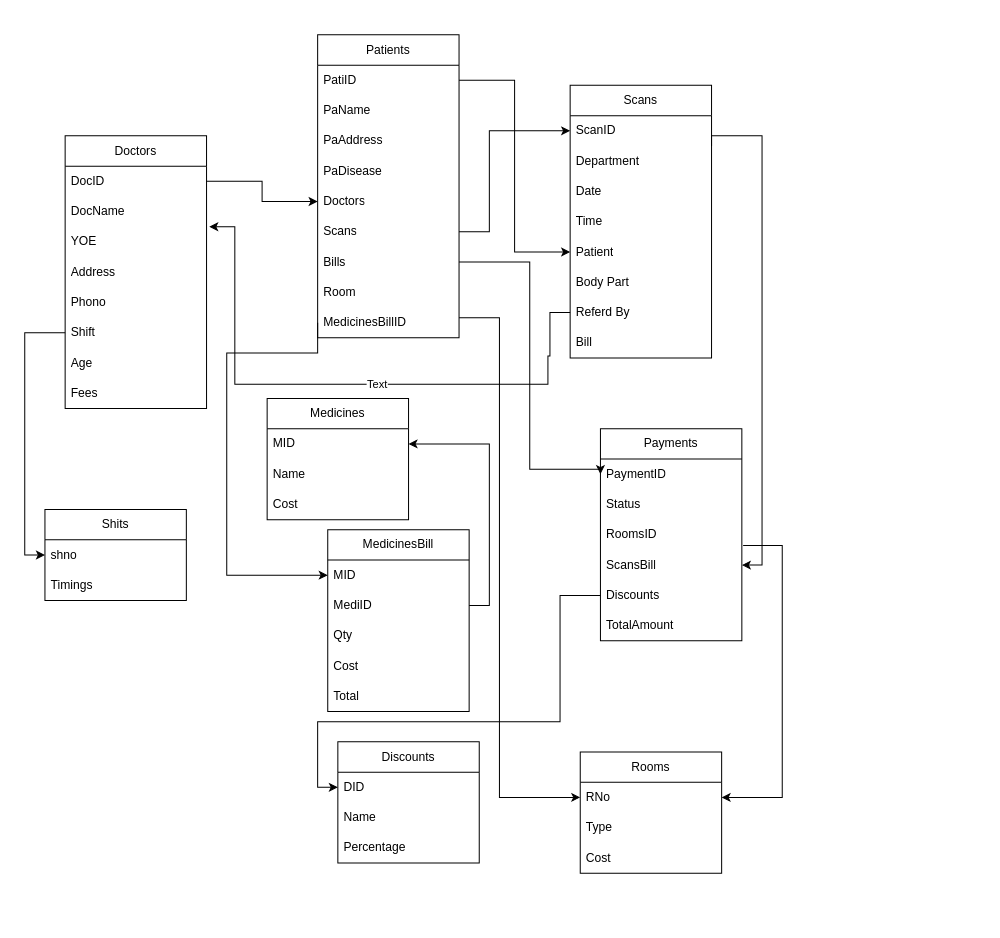
Earlier version of the draw.io diagram Untitled Diagram.drawio (BDivya251/Test1). Source tidied: cells renumbered, new cells numbered last; positions are measured from the earlier drawing's top-left corner, leaving out a move shared by most shapes. Both pictures are drawn from the tidied source at 101%, with x=0, y=0 at pixel (44, 34).
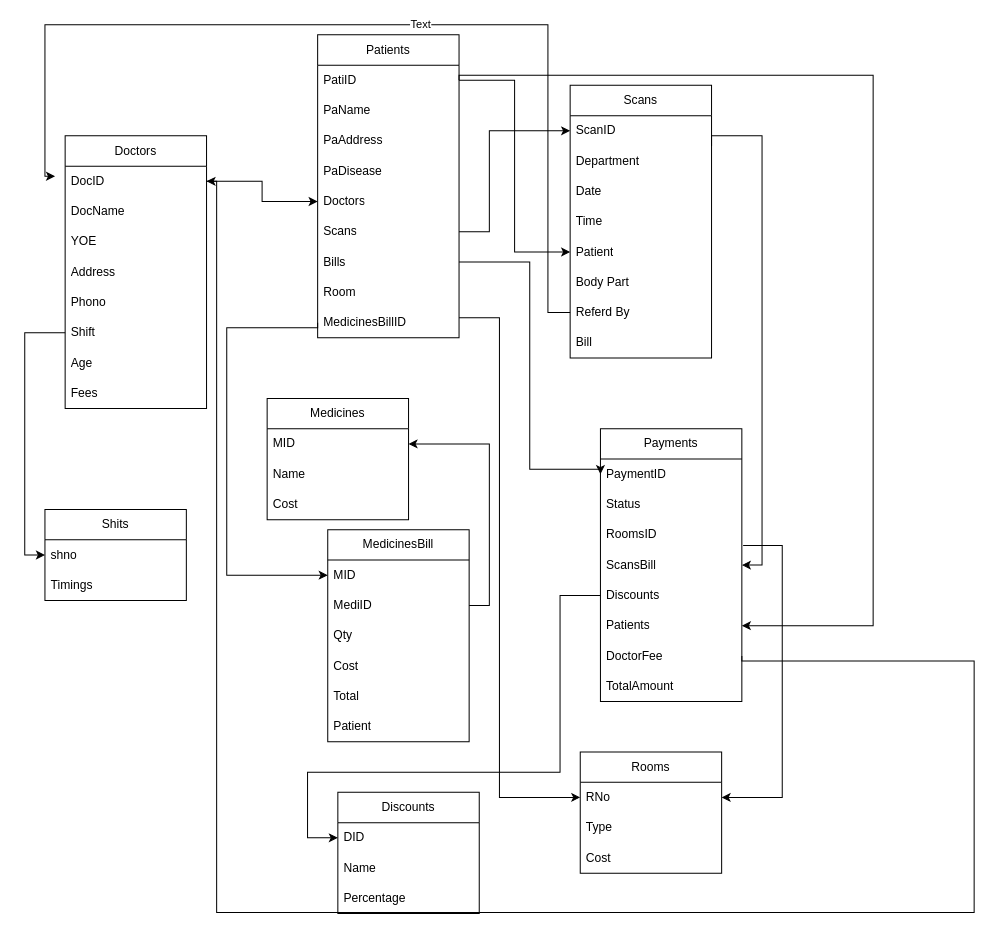
The same diagram, later.

Unchanged cells that the change refers to:
```xml
<mxCell id="3" value="DocID" style="text;strokeColor=none;fillColor=none;align=left;verticalAlign=middle;spacingLeft=4;spacingRight=4;overflow=hidden;points=[[0,0.5],[1,0.5]];portConstraint=eastwest;whiteSpace=wrap;html=1;" parent="2" vertex="1">
  <mxGeometry y="30" width="140" height="30" as="geometry" />
</mxCell>
<mxCell id="12" value="PatiID" style="text;strokeColor=none;fillColor=none;align=left;verticalAlign=middle;spacingLeft=4;spacingRight=4;overflow=hidden;points=[[0,0.5],[1,0.5]];portConstraint=eastwest;whiteSpace=wrap;html=1;" parent="11" vertex="1">
  <mxGeometry y="30" width="140" height="30" as="geometry" />
</mxCell>
<mxCell id="20" value="MedicinesBillID" style="text;strokeColor=none;fillColor=none;align=left;verticalAlign=middle;spacingLeft=4;spacingRight=4;overflow=hidden;points=[[0,0.5],[1,0.5]];portConstraint=eastwest;whiteSpace=wrap;html=1;" parent="11" vertex="1">
  <mxGeometry y="270" width="140" height="30" as="geometry" />
</mxCell>
<mxCell id="28" value="Referd By&amp;nbsp;" style="text;strokeColor=none;fillColor=none;align=left;verticalAlign=middle;spacingLeft=4;spacingRight=4;overflow=hidden;points=[[0,0.5],[1,0.5]];portConstraint=eastwest;whiteSpace=wrap;html=1;" parent="21" vertex="1">
  <mxGeometry y="210" width="140" height="30" as="geometry" />
</mxCell>
<mxCell id="35" value="Discounts" style="text;strokeColor=none;fillColor=none;align=left;verticalAlign=middle;spacingLeft=4;spacingRight=4;overflow=hidden;points=[[0,0.5],[1,0.5]];portConstraint=eastwest;whiteSpace=wrap;html=1;" parent="30" vertex="1">
  <mxGeometry y="150" width="140" height="30" as="geometry" />
</mxCell>
<mxCell id="42" value="MID" style="text;strokeColor=none;fillColor=none;align=left;verticalAlign=middle;spacingLeft=4;spacingRight=4;overflow=hidden;points=[[0,0.5],[1,0.5]];portConstraint=eastwest;whiteSpace=wrap;html=1;" parent="41" vertex="1">
  <mxGeometry y="30" width="140" height="30" as="geometry" />
</mxCell>
<mxCell id="48" value="DID" style="text;strokeColor=none;fillColor=none;align=left;verticalAlign=middle;spacingLeft=4;spacingRight=4;overflow=hidden;points=[[0,0.5],[1,0.5]];portConstraint=eastwest;whiteSpace=wrap;html=1;" parent="47" vertex="1">
  <mxGeometry y="30" width="140" height="30" as="geometry" />
</mxCell>
```

Change to the diagram source:
```diff
@@
     <mxCell id="30" value="Payments" style="swimlane;fontStyle=0;horizontal=1;startSize=30;whiteSpace=wrap;html=1;" parent="1" vertex="1">
-      <mxGeometry x="550" y="390" width="140" height="210" as="geometry" />
+      <mxGeometry x="550" y="390" width="140" height="270" as="geometry" />
     </mxCell>
@@
+    <mxCell id="71" value="Patients" style="text;strokeColor=none;fillColor=none;align=left;verticalAlign=middle;spacingLeft=4;spacingRight=4;overflow=hidden;points=[[0,0.5],[1,0.5]];portConstraint=eastwest;whiteSpace=wrap;html=1;" parent="30" vertex="1">
+      <mxGeometry y="180" width="140" height="30" as="geometry" />
+    </mxCell>
-    <mxCell id="36" value="TotalAmount" style="text;strokeColor=none;fillColor=none;align=left;verticalAlign=middle;spacingLeft=4;spacingRight=4;overflow=hidden;points=[[0,0.5],[1,0.5]];portConstraint=eastwest;whiteSpace=wrap;html=1;" parent="30" vertex="1">
-      <mxGeometry y="180" width="140" height="30" as="geometry" />
+    <mxCell id="36" value="DoctorFee" style="text;strokeColor=none;fillColor=none;align=left;verticalAlign=middle;spacingLeft=4;spacingRight=4;overflow=hidden;points=[[0,0.5],[1,0.5]];portConstraint=eastwest;whiteSpace=wrap;html=1;" parent="30" vertex="1">
+      <mxGeometry y="210" width="140" height="30" as="geometry" />
     </mxCell>
+    <mxCell id="72" value="TotalAmount" style="text;strokeColor=none;fillColor=none;align=left;verticalAlign=middle;spacingLeft=4;spacingRight=4;overflow=hidden;whiteSpace=wrap;html=1;" parent="30" vertex="1">
+      <mxGeometry y="240" width="140" height="30" as="geometry" />
+    </mxCell>
@@
     <mxCell id="41" value="MedicinesBill" style="swimlane;fontStyle=0;horizontal=1;startSize=30;whiteSpace=wrap;html=1;" parent="1" vertex="1">
-      <mxGeometry x="280" y="490" width="140" height="180" as="geometry" />
+      <mxGeometry x="280" y="490" width="140" height="210" as="geometry" />
     </mxCell>
@@
+    <mxCell id="73" value="Patient" style="text;strokeColor=none;fillColor=none;align=left;verticalAlign=middle;spacingLeft=4;spacingRight=4;overflow=hidden;whiteSpace=wrap;html=1;" parent="41" vertex="1">
+      <mxGeometry y="180" width="140" height="30" as="geometry" />
+    </mxCell>
     <mxCell id="47" value="Discounts" style="swimlane;fontStyle=0;horizontal=1;startSize=30;whiteSpace=wrap;html=1;" parent="1" vertex="1">
-      <mxGeometry x="290" y="700" width="140" height="120" as="geometry" />
+      <mxGeometry x="290" y="750" width="140" height="120" as="geometry" />
     </mxCell>
@@
     <mxCell id="66" style="edgeStyle=orthogonalEdgeStyle;rounded=0;jettySize=auto;html=1;exitX=0;exitY=0.5;exitDx=0;exitDy=0;entryX=0;entryY=0.5;entryDx=0;entryDy=0;" parent="1" edge="1" source="35" target="48">
       <mxGeometry relative="1" as="geometry">
         <Array as="points">
           <mxPoint x="510" y="555" />
-          <mxPoint x="510" y="680" />
-          <mxPoint x="270" y="680" />
-          <mxPoint x="270" y="745" />
+          <mxPoint x="510" y="730" />
+          <mxPoint x="260" y="730" />
+          <mxPoint x="260" y="795" />
         </Array>
       </mxGeometry>
     </mxCell>
-    <mxCell id="67" style="edgeStyle=orthogonalEdgeStyle;rounded=0;jettySize=auto;html=1;exitX=0;exitY=0.5;exitDx=0;exitDy=0;entryX=1.036;entryY=0.786;entryDx=0;entryDy=0;entryPerimeter=0;" parent="1" edge="1" source="28">
+    <mxCell id="67" style="edgeStyle=orthogonalEdgeStyle;rounded=0;jettySize=auto;html=1;exitX=0;exitY=0.5;exitDx=0;exitDy=0;" parent="1" edge="1" source="28">
       <mxGeometry relative="1" as="geometry">
-        <mxPoint x="162.7" y="190" as="targetPoint" />
+        <mxPoint x="10" y="140" as="targetPoint" />
         <Array as="points">
-          <mxPoint x="500" y="275" />
-          <mxPoint x="500" y="318" />
-          <mxPoint x="498" y="318" />
-          <mxPoint x="498" y="346" />
-          <mxPoint x="188" y="346" />
-          <mxPoint x="188" y="190" />
+          <mxPoint x="498" y="275" />
+          <mxPoint x="498" y="-10" />
+          <mxPoint y="-10" />
+          <mxPoint y="140" />
         </Array>
       </mxGeometry>
     </mxCell>
@@
     <mxCell id="69" style="edgeStyle=orthogonalEdgeStyle;rounded=0;jettySize=auto;html=1;exitX=0;exitY=0.5;exitDx=0;exitDy=0;entryX=0;entryY=0.5;entryDx=0;entryDy=0;" parent="1" edge="1" source="20" target="42">
       <mxGeometry relative="1" as="geometry">
         <Array as="points">
-          <mxPoint x="180" y="315" />
+          <mxPoint x="270" y="290" />
+          <mxPoint x="180" y="290" />
           <mxPoint x="180" y="535" />
         </Array>
       </mxGeometry>
     </mxCell>
@@
+    <mxCell id="74" style="edgeStyle=orthogonalEdgeStyle;rounded=0;jettySize=auto;html=1;entryX=1;entryY=0.5;entryDx=0;entryDy=0;exitX=1;exitY=0.5;exitDx=0;exitDy=0;" parent="1" edge="1" source="12" target="71">
+      <mxGeometry relative="1" as="geometry">
+        <Array as="points">
+          <mxPoint x="410" y="40" />
+          <mxPoint x="820" y="40" />
+          <mxPoint x="820" y="585" />
+        </Array>
+      </mxGeometry>
+    </mxCell>
+    <mxCell id="75" style="edgeStyle=orthogonalEdgeStyle;rounded=0;jettySize=auto;html=1;exitX=1;exitY=0.5;exitDx=0;exitDy=0;entryX=1;entryY=0.5;entryDx=0;entryDy=0;" parent="1" edge="1" source="36" target="3">
+      <mxGeometry relative="1" as="geometry">
+        <Array as="points">
+          <mxPoint x="690" y="620" />
+          <mxPoint x="920" y="620" />
+          <mxPoint x="920" y="869" />
+          <mxPoint x="170" y="869" />
+          <mxPoint x="170" y="145" />
+        </Array>
+      </mxGeometry>
+    </mxCell>
```
